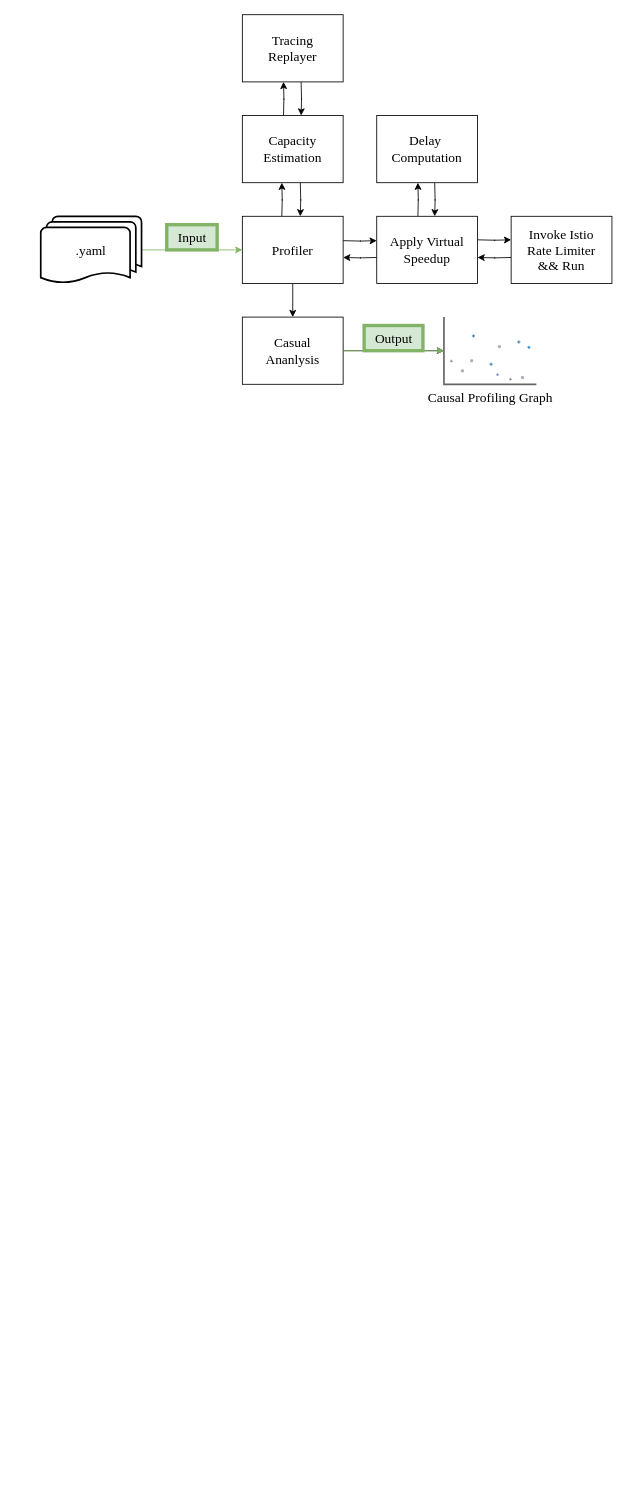
Earlier version of the draw.io diagram system.drawio (yizhengx/draw.io). Source tidied: cells renumbered, new cells numbered last; positions are measured from the earlier drawing's top-left corner, leaving out a move shared by most shapes. Both pictures are drawn from the tidied source at 84%, with x=0, y=0 at pixel (40, 14).
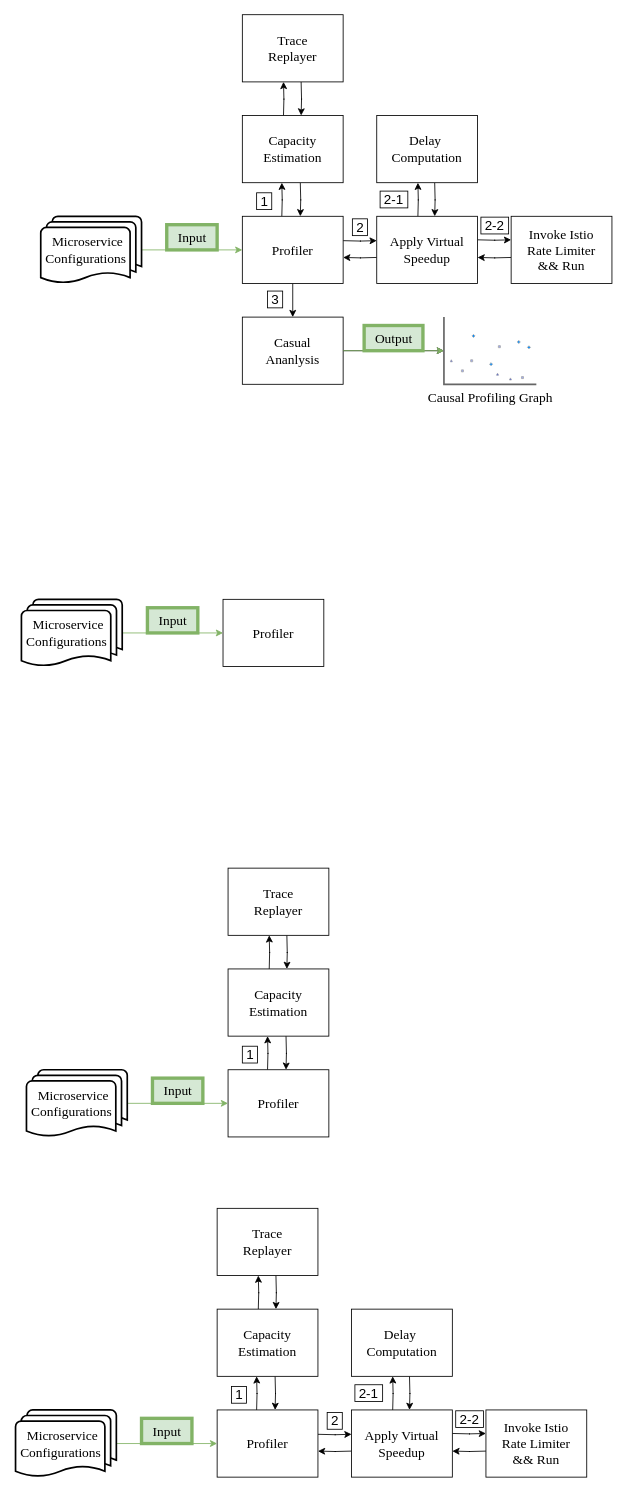
The same page after the edit.

Diff of the diagram source:
```diff
@@
-    <mxCell id="7" value="&lt;font style=&quot;font-size: 16px;&quot;&gt;.yaml&lt;/font&gt;" style="strokeWidth=2;html=1;shape=mxgraph.flowchart.multi-document;whiteSpace=wrap;fontFamily=Times New Roman;" parent="1" vertex="1">
+    <mxCell id="7" value="&lt;font style=&quot;font-size: 16px;&quot;&gt;Microservice&amp;nbsp;&amp;nbsp;&lt;br&gt;Configurations&amp;nbsp; &amp;nbsp;&lt;br&gt;&lt;/font&gt;" style="strokeWidth=2;html=1;shape=mxgraph.flowchart.multi-document;whiteSpace=wrap;fontFamily=Times New Roman;" parent="1" vertex="1">
       <mxGeometry y="240" width="120" height="80" as="geometry" />
     </mxCell>
@@
-    <mxCell id="13" value="&lt;font style=&quot;font-size: 16px;&quot;&gt;Tracing&lt;br&gt;Replayer&lt;br&gt;&lt;/font&gt;" style="whiteSpace=wrap;html=1;fillColor=default;fontFamily=Times New Roman;" parent="1" vertex="1">
+    <mxCell id="13" value="&lt;font style=&quot;font-size: 16px;&quot;&gt;Trace&lt;br&gt;Replayer&lt;br&gt;&lt;/font&gt;" style="whiteSpace=wrap;html=1;fillColor=default;fontFamily=Times New Roman;" parent="1" vertex="1">
       <mxGeometry x="240" width="120" height="80" as="geometry" />
     </mxCell>
@@
+    <mxCell id="28" value="&lt;font style=&quot;font-size: 16px;&quot;&gt;&amp;nbsp;1&amp;nbsp;&lt;/font&gt;" style="text;html=1;align=center;verticalAlign=middle;strokeColor=none;fillColor=none;labelBorderColor=default;" parent="1" vertex="1">
+      <mxGeometry x="248" y="206" width="36" height="31" as="geometry" />
+    </mxCell>
+    <mxCell id="29" value="&lt;font style=&quot;font-size: 16px;&quot;&gt;&amp;nbsp;2&amp;nbsp;&lt;/font&gt;" style="text;html=1;align=center;verticalAlign=middle;strokeColor=none;fillColor=none;labelBorderColor=default;" parent="1" vertex="1">
+      <mxGeometry x="362" y="237" width="36" height="31" as="geometry" />
+    </mxCell>
+    <mxCell id="30" value="&lt;font style=&quot;font-size: 16px;&quot;&gt;&amp;nbsp;2-1&amp;nbsp;&lt;/font&gt;" style="text;html=1;align=center;verticalAlign=middle;strokeColor=none;fillColor=none;labelBorderColor=default;" parent="1" vertex="1">
+      <mxGeometry x="395" y="204" width="50" height="31" as="geometry" />
+    </mxCell>
+    <mxCell id="31" value="&lt;font style=&quot;font-size: 16px;&quot;&gt;&amp;nbsp;2-2&amp;nbsp;&lt;/font&gt;" style="text;html=1;align=center;verticalAlign=middle;strokeColor=none;fillColor=none;labelBorderColor=default;" parent="1" vertex="1">
+      <mxGeometry x="515" y="235" width="50" height="31" as="geometry" />
+    </mxCell>
+    <mxCell id="32" value="&lt;font style=&quot;font-size: 16px;&quot;&gt;&amp;nbsp;3&amp;nbsp;&lt;/font&gt;" style="text;html=1;align=center;verticalAlign=middle;strokeColor=none;fillColor=none;labelBorderColor=default;" parent="1" vertex="1">
+      <mxGeometry x="261" y="323" width="36" height="31" as="geometry" />
+    </mxCell>
+    <mxCell id="33" value="&lt;font style=&quot;font-size: 16px;&quot;&gt;Profiler&lt;/font&gt;" style="whiteSpace=wrap;html=1;fillColor=default;fontFamily=Times New Roman;" parent="1" vertex="1">
+      <mxGeometry x="217" y="696" width="120" height="80" as="geometry" />
+    </mxCell>
+    <mxCell id="34" style="edgeStyle=orthogonalEdgeStyle;rounded=0;jettySize=auto;html=1;exitX=1;exitY=0.5;exitDx=0;exitDy=0;exitPerimeter=0;fillColor=#d5e8d4;strokeColor=#82b366;fontFamily=Times New Roman;" parent="1" edge="1" source="35" target="33">
+      <mxGeometry relative="1" as="geometry" />
+    </mxCell>
+    <mxCell id="35" value="&lt;font style=&quot;font-size: 16px;&quot;&gt;Microservice&amp;nbsp;&amp;nbsp;&lt;br&gt;Configurations&amp;nbsp; &amp;nbsp;&lt;br&gt;&lt;/font&gt;" style="strokeWidth=2;html=1;shape=mxgraph.flowchart.multi-document;whiteSpace=wrap;fontFamily=Times New Roman;" parent="1" vertex="1">
+      <mxGeometry x="-23" y="696" width="120" height="80" as="geometry" />
+    </mxCell>
+    <mxCell id="36" value="&lt;font style=&quot;font-size: 16px;&quot;&gt;Input&lt;/font&gt;" style="text;html=1;align=center;verticalAlign=middle;strokeColor=#82b366;fillColor=#d5e8d4;strokeWidth=4;fontFamily=Times New Roman;" parent="1" vertex="1">
+      <mxGeometry x="127" y="706" width="60" height="30" as="geometry" />
+    </mxCell>
+    <mxCell id="37" style="edgeStyle=orthogonalEdgeStyle;rounded=0;orthogonalLoop=1;jettySize=auto;html=1;exitX=0.25;exitY=0;exitDx=0;exitDy=0;fontFamily=Times New Roman;" parent="1" edge="1">
+      <mxGeometry relative="1" as="geometry">
+        <mxPoint x="270" y="1256" as="sourcePoint" />
+        <mxPoint x="270" y="1216" as="targetPoint" />
+      </mxGeometry>
+    </mxCell>
+    <mxCell id="38" value="&lt;font style=&quot;font-size: 16px;&quot;&gt;Profiler&lt;/font&gt;" style="whiteSpace=wrap;html=1;fillColor=default;fontFamily=Times New Roman;" parent="1" vertex="1">
+      <mxGeometry x="223" y="1256" width="120" height="80" as="geometry" />
+    </mxCell>
+    <mxCell id="39" style="edgeStyle=orthogonalEdgeStyle;rounded=0;jettySize=auto;html=1;exitX=1;exitY=0.5;exitDx=0;exitDy=0;exitPerimeter=0;fillColor=#d5e8d4;strokeColor=#82b366;fontFamily=Times New Roman;" parent="1" edge="1" source="40" target="38">
+      <mxGeometry relative="1" as="geometry" />
+    </mxCell>
+    <mxCell id="40" value="&lt;font style=&quot;font-size: 16px;&quot;&gt;Microservice&amp;nbsp;&amp;nbsp;&lt;br&gt;Configurations&amp;nbsp; &amp;nbsp;&lt;br&gt;&lt;/font&gt;" style="strokeWidth=2;html=1;shape=mxgraph.flowchart.multi-document;whiteSpace=wrap;fontFamily=Times New Roman;" parent="1" vertex="1">
+      <mxGeometry x="-17" y="1256" width="120" height="80" as="geometry" />
+    </mxCell>
+    <mxCell id="41" value="&lt;font style=&quot;font-size: 16px;&quot;&gt;Input&lt;/font&gt;" style="text;html=1;align=center;verticalAlign=middle;strokeColor=#82b366;fillColor=#d5e8d4;strokeWidth=4;fontFamily=Times New Roman;" parent="1" vertex="1">
+      <mxGeometry x="133" y="1266" width="60" height="30" as="geometry" />
+    </mxCell>
+    <mxCell id="42" style="edgeStyle=orthogonalEdgeStyle;rounded=0;orthogonalLoop=1;jettySize=auto;html=1;entryX=0.75;entryY=0;entryDx=0;entryDy=0;fontFamily=Times New Roman;" parent="1" edge="1">
+      <mxGeometry relative="1" as="geometry">
+        <mxPoint x="292" y="1216" as="sourcePoint" />
+        <mxPoint x="292" y="1256" as="targetPoint" />
+      </mxGeometry>
+    </mxCell>
+    <mxCell id="43" style="edgeStyle=orthogonalEdgeStyle;rounded=0;orthogonalLoop=1;jettySize=auto;html=1;exitX=0.25;exitY=0;exitDx=0;exitDy=0;entryX=0.25;entryY=1;entryDx=0;entryDy=0;fontFamily=Times New Roman;" parent="1" edge="1">
+      <mxGeometry relative="1" as="geometry">
+        <mxPoint x="272" y="1136" as="sourcePoint" />
+        <mxPoint x="272" y="1096" as="targetPoint" />
+      </mxGeometry>
+    </mxCell>
+    <mxCell id="44" value="&lt;font style=&quot;font-size: 16px;&quot;&gt;Capacity&lt;br&gt;Estimation&lt;br&gt;&lt;/font&gt;" style="whiteSpace=wrap;html=1;fillColor=default;fontFamily=Times New Roman;" parent="1" vertex="1">
+      <mxGeometry x="223" y="1136" width="120" height="80" as="geometry" />
+    </mxCell>
+    <mxCell id="45" style="edgeStyle=orthogonalEdgeStyle;rounded=0;orthogonalLoop=1;jettySize=auto;html=1;exitX=0.75;exitY=1;exitDx=0;exitDy=0;entryX=0.75;entryY=0;entryDx=0;entryDy=0;fontFamily=Times New Roman;" parent="1" edge="1">
+      <mxGeometry relative="1" as="geometry">
+        <mxPoint x="293" y="1096" as="sourcePoint" />
+        <mxPoint x="293" y="1136" as="targetPoint" />
+      </mxGeometry>
+    </mxCell>
+    <mxCell id="46" value="&lt;font style=&quot;font-size: 16px;&quot;&gt;Trace&lt;br&gt;Replayer&lt;br&gt;&lt;/font&gt;" style="whiteSpace=wrap;html=1;fillColor=default;fontFamily=Times New Roman;" parent="1" vertex="1">
+      <mxGeometry x="223" y="1016" width="120" height="80" as="geometry" />
+    </mxCell>
+    <mxCell id="47" value="&lt;font style=&quot;font-size: 16px;&quot;&gt;&amp;nbsp;1&amp;nbsp;&lt;/font&gt;" style="text;html=1;align=center;verticalAlign=middle;strokeColor=none;fillColor=none;labelBorderColor=default;" parent="1" vertex="1">
+      <mxGeometry x="231" y="1222" width="36" height="31" as="geometry" />
+    </mxCell>
+    <mxCell id="48" style="edgeStyle=orthogonalEdgeStyle;rounded=0;orthogonalLoop=1;jettySize=auto;html=1;exitX=0.25;exitY=0;exitDx=0;exitDy=0;fontFamily=Times New Roman;" parent="1" edge="1">
+      <mxGeometry relative="1" as="geometry">
+        <mxPoint x="257" y="1661" as="sourcePoint" />
+        <mxPoint x="257" y="1621" as="targetPoint" />
+      </mxGeometry>
+    </mxCell>
+    <mxCell id="49" style="edgeStyle=orthogonalEdgeStyle;rounded=0;orthogonalLoop=1;jettySize=auto;html=1;exitX=1;exitY=0.25;exitDx=0;exitDy=0;entryX=0;entryY=0.25;entryDx=0;entryDy=0;fontFamily=Times New Roman;" parent="1" edge="1">
+      <mxGeometry relative="1" as="geometry">
+        <mxPoint x="330" y="1690" as="sourcePoint" />
+        <mxPoint x="370" y="1690" as="targetPoint" />
+      </mxGeometry>
+    </mxCell>
+    <mxCell id="50" value="&lt;font style=&quot;font-size: 16px;&quot;&gt;Profiler&lt;/font&gt;" style="whiteSpace=wrap;html=1;fillColor=default;fontFamily=Times New Roman;" parent="1" vertex="1">
+      <mxGeometry x="210" y="1661" width="120" height="80" as="geometry" />
+    </mxCell>
+    <mxCell id="51" style="edgeStyle=orthogonalEdgeStyle;rounded=0;jettySize=auto;html=1;exitX=1;exitY=0.5;exitDx=0;exitDy=0;exitPerimeter=0;fillColor=#d5e8d4;strokeColor=#82b366;fontFamily=Times New Roman;" parent="1" edge="1" source="52" target="50">
+      <mxGeometry relative="1" as="geometry" />
+    </mxCell>
+    <mxCell id="52" value="&lt;font style=&quot;font-size: 16px;&quot;&gt;Microservice&amp;nbsp;&amp;nbsp;&lt;br&gt;Configurations&amp;nbsp; &amp;nbsp;&lt;br&gt;&lt;/font&gt;" style="strokeWidth=2;html=1;shape=mxgraph.flowchart.multi-document;whiteSpace=wrap;fontFamily=Times New Roman;" parent="1" vertex="1">
+      <mxGeometry x="-30" y="1661" width="120" height="80" as="geometry" />
+    </mxCell>
+    <mxCell id="53" value="&lt;font style=&quot;font-size: 16px;&quot;&gt;Input&lt;/font&gt;" style="text;html=1;align=center;verticalAlign=middle;strokeColor=#82b366;fillColor=#d5e8d4;strokeWidth=4;fontFamily=Times New Roman;" parent="1" vertex="1">
+      <mxGeometry x="120" y="1671" width="60" height="30" as="geometry" />
+    </mxCell>
+    <mxCell id="54" style="edgeStyle=orthogonalEdgeStyle;rounded=0;orthogonalLoop=1;jettySize=auto;html=1;entryX=0.75;entryY=0;entryDx=0;entryDy=0;fontFamily=Times New Roman;" parent="1" edge="1">
+      <mxGeometry relative="1" as="geometry">
+        <mxPoint x="279" y="1621" as="sourcePoint" />
+        <mxPoint x="279" y="1661" as="targetPoint" />
+      </mxGeometry>
+    </mxCell>
+    <mxCell id="55" style="edgeStyle=orthogonalEdgeStyle;rounded=0;orthogonalLoop=1;jettySize=auto;html=1;exitX=0.25;exitY=0;exitDx=0;exitDy=0;entryX=0.25;entryY=1;entryDx=0;entryDy=0;fontFamily=Times New Roman;" parent="1" edge="1">
+      <mxGeometry relative="1" as="geometry">
+        <mxPoint x="259" y="1541" as="sourcePoint" />
+        <mxPoint x="259" y="1501" as="targetPoint" />
+      </mxGeometry>
+    </mxCell>
+    <mxCell id="56" value="&lt;font style=&quot;font-size: 16px;&quot;&gt;Capacity&lt;br&gt;Estimation&lt;br&gt;&lt;/font&gt;" style="whiteSpace=wrap;html=1;fillColor=default;fontFamily=Times New Roman;" parent="1" vertex="1">
+      <mxGeometry x="210" y="1541" width="120" height="80" as="geometry" />
+    </mxCell>
+    <mxCell id="57" style="edgeStyle=orthogonalEdgeStyle;rounded=0;orthogonalLoop=1;jettySize=auto;html=1;exitX=0.75;exitY=1;exitDx=0;exitDy=0;entryX=0.75;entryY=0;entryDx=0;entryDy=0;fontFamily=Times New Roman;" parent="1" edge="1">
+      <mxGeometry relative="1" as="geometry">
+        <mxPoint x="280" y="1501" as="sourcePoint" />
+        <mxPoint x="280" y="1541" as="targetPoint" />
+      </mxGeometry>
+    </mxCell>
+    <mxCell id="58" value="&lt;font style=&quot;font-size: 16px;&quot;&gt;Trace&lt;br&gt;Replayer&lt;br&gt;&lt;/font&gt;" style="whiteSpace=wrap;html=1;fillColor=default;fontFamily=Times New Roman;" parent="1" vertex="1">
+      <mxGeometry x="210" y="1421" width="120" height="80" as="geometry" />
+    </mxCell>
+    <mxCell id="59" style="edgeStyle=orthogonalEdgeStyle;rounded=0;orthogonalLoop=1;jettySize=auto;html=1;exitX=0;exitY=0.75;exitDx=0;exitDy=0;entryX=1;entryY=0.75;entryDx=0;entryDy=0;fontFamily=Times New Roman;" parent="1" edge="1">
+      <mxGeometry relative="1" as="geometry">
+        <mxPoint x="370" y="1710" as="sourcePoint" />
+        <mxPoint x="330" y="1710" as="targetPoint" />
+      </mxGeometry>
+    </mxCell>
+    <mxCell id="60" style="edgeStyle=orthogonalEdgeStyle;rounded=0;orthogonalLoop=1;jettySize=auto;html=1;exitX=0.25;exitY=0;exitDx=0;exitDy=0;entryX=0.25;entryY=1;entryDx=0;entryDy=0;fontFamily=Times New Roman;" parent="1" edge="1">
+      <mxGeometry relative="1" as="geometry">
+        <mxPoint x="419" y="1661" as="sourcePoint" />
+        <mxPoint x="419" y="1621" as="targetPoint" />
+      </mxGeometry>
+    </mxCell>
+    <mxCell id="61" style="edgeStyle=orthogonalEdgeStyle;rounded=0;orthogonalLoop=1;jettySize=auto;html=1;exitX=1;exitY=0.25;exitDx=0;exitDy=0;entryX=0;entryY=0.25;entryDx=0;entryDy=0;fontFamily=Times New Roman;" parent="1" edge="1">
+      <mxGeometry relative="1" as="geometry">
+        <mxPoint x="490" y="1689" as="sourcePoint" />
+        <mxPoint x="530" y="1689" as="targetPoint" />
+      </mxGeometry>
+    </mxCell>
+    <mxCell id="62" value="&lt;font style=&quot;font-size: 16px;&quot;&gt;Apply Virtual&lt;br&gt;Speedup&lt;br&gt;&lt;/font&gt;" style="whiteSpace=wrap;html=1;fillColor=default;fontFamily=Times New Roman;" parent="1" vertex="1">
+      <mxGeometry x="370" y="1661" width="120" height="80" as="geometry" />
+    </mxCell>
+    <mxCell id="63" style="edgeStyle=orthogonalEdgeStyle;rounded=0;orthogonalLoop=1;jettySize=auto;html=1;exitX=0.75;exitY=1;exitDx=0;exitDy=0;entryX=0.75;entryY=0;entryDx=0;entryDy=0;fontFamily=Times New Roman;" parent="1" edge="1">
+      <mxGeometry relative="1" as="geometry">
+        <mxPoint x="439" y="1621" as="sourcePoint" />
+        <mxPoint x="439" y="1661" as="targetPoint" />
+      </mxGeometry>
+    </mxCell>
+    <mxCell id="64" value="&lt;font style=&quot;font-size: 16px;&quot;&gt;Delay&amp;nbsp;&lt;br&gt;Computation&lt;br&gt;&lt;/font&gt;" style="whiteSpace=wrap;html=1;fillColor=default;fontFamily=Times New Roman;" parent="1" vertex="1">
+      <mxGeometry x="370" y="1541" width="120" height="80" as="geometry" />
+    </mxCell>
+    <mxCell id="65" style="edgeStyle=orthogonalEdgeStyle;rounded=0;orthogonalLoop=1;jettySize=auto;html=1;exitX=0;exitY=0.75;exitDx=0;exitDy=0;entryX=1;entryY=0.75;entryDx=0;entryDy=0;fontFamily=Times New Roman;" parent="1" edge="1">
+      <mxGeometry relative="1" as="geometry">
+        <mxPoint x="530" y="1710" as="sourcePoint" />
+        <mxPoint x="490" y="1710" as="targetPoint" />
+      </mxGeometry>
+    </mxCell>
+    <mxCell id="66" value="&lt;font style=&quot;font-size: 16px;&quot;&gt;Invoke Istio&lt;br&gt;Rate Limiter&lt;br&gt;&amp;amp;&amp;amp; Run&lt;br&gt;&lt;/font&gt;" style="whiteSpace=wrap;html=1;fillColor=default;fontFamily=Times New Roman;" parent="1" vertex="1">
+      <mxGeometry x="530" y="1661" width="120" height="80" as="geometry" />
+    </mxCell>
+    <mxCell id="67" value="&lt;font style=&quot;font-size: 16px;&quot;&gt;&amp;nbsp;1&amp;nbsp;&lt;/font&gt;" style="text;html=1;align=center;verticalAlign=middle;strokeColor=none;fillColor=none;labelBorderColor=default;" parent="1" vertex="1">
+      <mxGeometry x="218" y="1627" width="36" height="31" as="geometry" />
+    </mxCell>
+    <mxCell id="68" value="&lt;font style=&quot;font-size: 16px;&quot;&gt;&amp;nbsp;2&amp;nbsp;&lt;/font&gt;" style="text;html=1;align=center;verticalAlign=middle;strokeColor=none;fillColor=none;labelBorderColor=default;" parent="1" vertex="1">
+      <mxGeometry x="332" y="1658" width="36" height="31" as="geometry" />
+    </mxCell>
+    <mxCell id="69" value="&lt;font style=&quot;font-size: 16px;&quot;&gt;&amp;nbsp;2-1&amp;nbsp;&lt;/font&gt;" style="text;html=1;align=center;verticalAlign=middle;strokeColor=none;fillColor=none;labelBorderColor=default;" parent="1" vertex="1">
+      <mxGeometry x="365" y="1625" width="50" height="31" as="geometry" />
+    </mxCell>
+    <mxCell id="70" value="&lt;font style=&quot;font-size: 16px;&quot;&gt;&amp;nbsp;2-2&amp;nbsp;&lt;/font&gt;" style="text;html=1;align=center;verticalAlign=middle;strokeColor=none;fillColor=none;labelBorderColor=default;" parent="1" vertex="1">
+      <mxGeometry x="485" y="1656" width="50" height="31" as="geometry" />
+    </mxCell>
```
